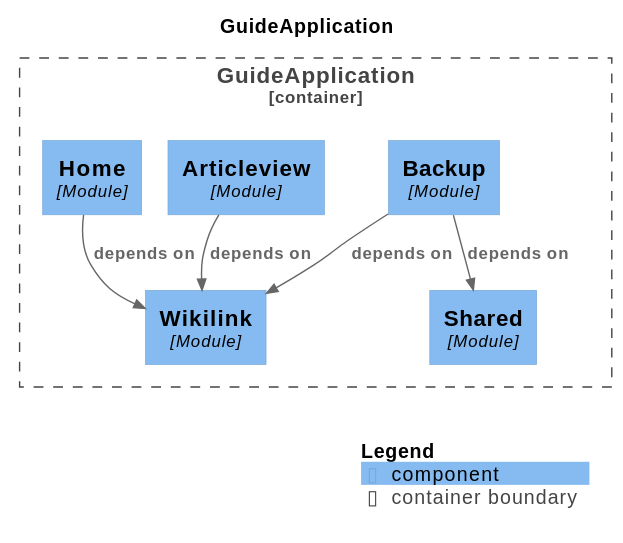
The PlantUML diagram docs/diagrams/out/c4-component-actual.svg in rikire/Exchange-Student-Guide-Platform, before a commit. The source it was exported from:
```plantuml
@startuml
set separator none
title GuideApplication

top to bottom direction

!include <C4/C4>
!include <C4/C4_Context>
!include <C4/C4_Component>

Container_Boundary("GuideApplication.GuideApplication_boundary", "GuideApplication", $tags="") {
  Component(GuideApplication.GuideApplication.Wikilink, "Wikilink", $techn="Module", $descr="", $tags="", $link="")
  Component(GuideApplication.GuideApplication.Articleview, "Articleview", $techn="Module", $descr="", $tags="", $link="")
  Component(GuideApplication.GuideApplication.Backup, "Backup", $techn="Module", $descr="", $tags="", $link="")
  Component(GuideApplication.GuideApplication.Home, "Home", $techn="Module", $descr="", $tags="", $link="")
  Component(GuideApplication.GuideApplication.Shared, "Shared", $techn="Module", $descr="", $tags="", $link="")
}

Rel(GuideApplication.GuideApplication.Home, GuideApplication.GuideApplication.Wikilink, "depends on", $techn="", $tags="", $link="")
Rel(GuideApplication.GuideApplication.Backup, GuideApplication.GuideApplication.Shared, "depends on", $techn="", $tags="", $link="")
Rel(GuideApplication.GuideApplication.Backup, GuideApplication.GuideApplication.Wikilink, "depends on", $techn="", $tags="", $link="")
Rel(GuideApplication.GuideApplication.Articleview, GuideApplication.GuideApplication.Wikilink, "depends on", $techn="", $tags="", $link="")

SHOW_LEGEND(true)
@enduml
```
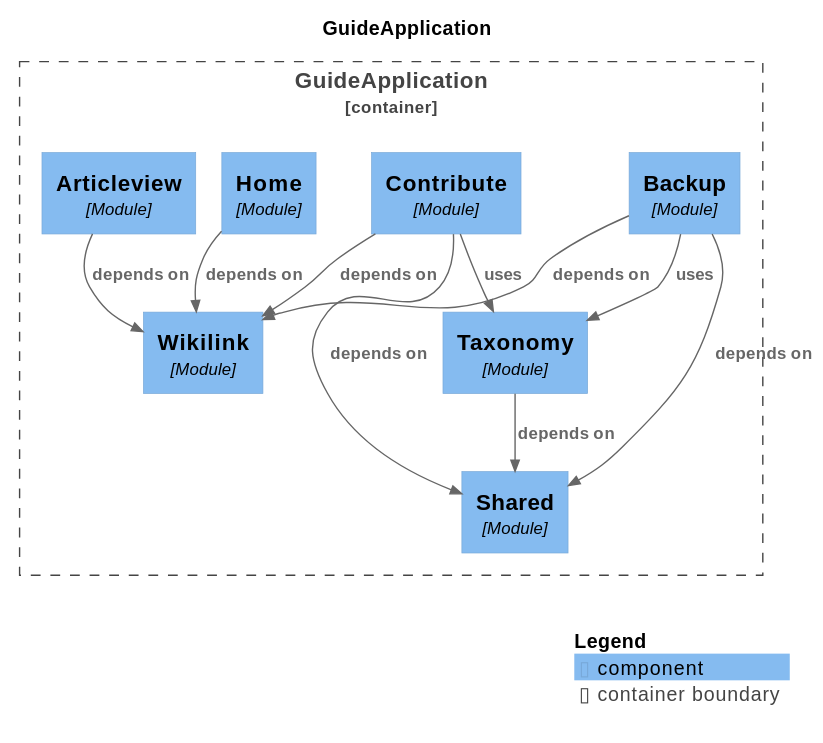
Above is the later version.

Change to the diagram source:
```diff
@@ -9,17 +9,24 @@
 !include <C4/C4_Component>
 
 Container_Boundary("GuideApplication.GuideApplication_boundary", "GuideApplication", $tags="") {
+  Component(GuideApplication.GuideApplication.Home, "Home", $techn="Module", $descr="", $tags="", $link="")
+  Component(GuideApplication.GuideApplication.Taxonomy, "Taxonomy", $techn="Module", $descr="", $tags="", $link="")
+  Component(GuideApplication.GuideApplication.Backup, "Backup", $techn="Module", $descr="", $tags="", $link="")
+  Component(GuideApplication.GuideApplication.Contribute, "Contribute", $techn="Module", $descr="", $tags="", $link="")
+  Component(GuideApplication.GuideApplication.Shared, "Shared", $techn="Module", $descr="", $tags="", $link="")
   Component(GuideApplication.GuideApplication.Wikilink, "Wikilink", $techn="Module", $descr="", $tags="", $link="")
   Component(GuideApplication.GuideApplication.Articleview, "Articleview", $techn="Module", $descr="", $tags="", $link="")
-  Component(GuideApplication.GuideApplication.Backup, "Backup", $techn="Module", $descr="", $tags="", $link="")
-  Component(GuideApplication.GuideApplication.Home, "Home", $techn="Module", $descr="", $tags="", $link="")
-  Component(GuideApplication.GuideApplication.Shared, "Shared", $techn="Module", $descr="", $tags="", $link="")
 }
 
 Rel(GuideApplication.GuideApplication.Home, GuideApplication.GuideApplication.Wikilink, "depends on", $techn="", $tags="", $link="")
+Rel(GuideApplication.GuideApplication.Contribute, GuideApplication.GuideApplication.Shared, "depends on", $techn="", $tags="", $link="")
+Rel(GuideApplication.GuideApplication.Contribute, GuideApplication.GuideApplication.Wikilink, "depends on", $techn="", $tags="", $link="")
+Rel(GuideApplication.GuideApplication.Contribute, GuideApplication.GuideApplication.Taxonomy, "uses", $techn="", $tags="", $link="")
+Rel(GuideApplication.GuideApplication.Articleview, GuideApplication.GuideApplication.Wikilink, "depends on", $techn="", $tags="", $link="")
+Rel(GuideApplication.GuideApplication.Taxonomy, GuideApplication.GuideApplication.Shared, "depends on", $techn="", $tags="", $link="")
+Rel(GuideApplication.GuideApplication.Backup, GuideApplication.GuideApplication.Wikilink, "depends on", $techn="", $tags="", $link="")
 Rel(GuideApplication.GuideApplication.Backup, GuideApplication.GuideApplication.Shared, "depends on", $techn="", $tags="", $link="")
-Rel(GuideApplication.GuideApplication.Backup, GuideApplication.GuideApplication.Wikilink, "depends on", $techn="", $tags="", $link="")
-Rel(GuideApplication.GuideApplication.Articleview, GuideApplication.GuideApplication.Wikilink, "depends on", $techn="", $tags="", $link="")
+Rel(GuideApplication.GuideApplication.Backup, GuideApplication.GuideApplication.Taxonomy, "uses", $techn="", $tags="", $link="")
 
 SHOW_LEGEND(true)
 @enduml
```
